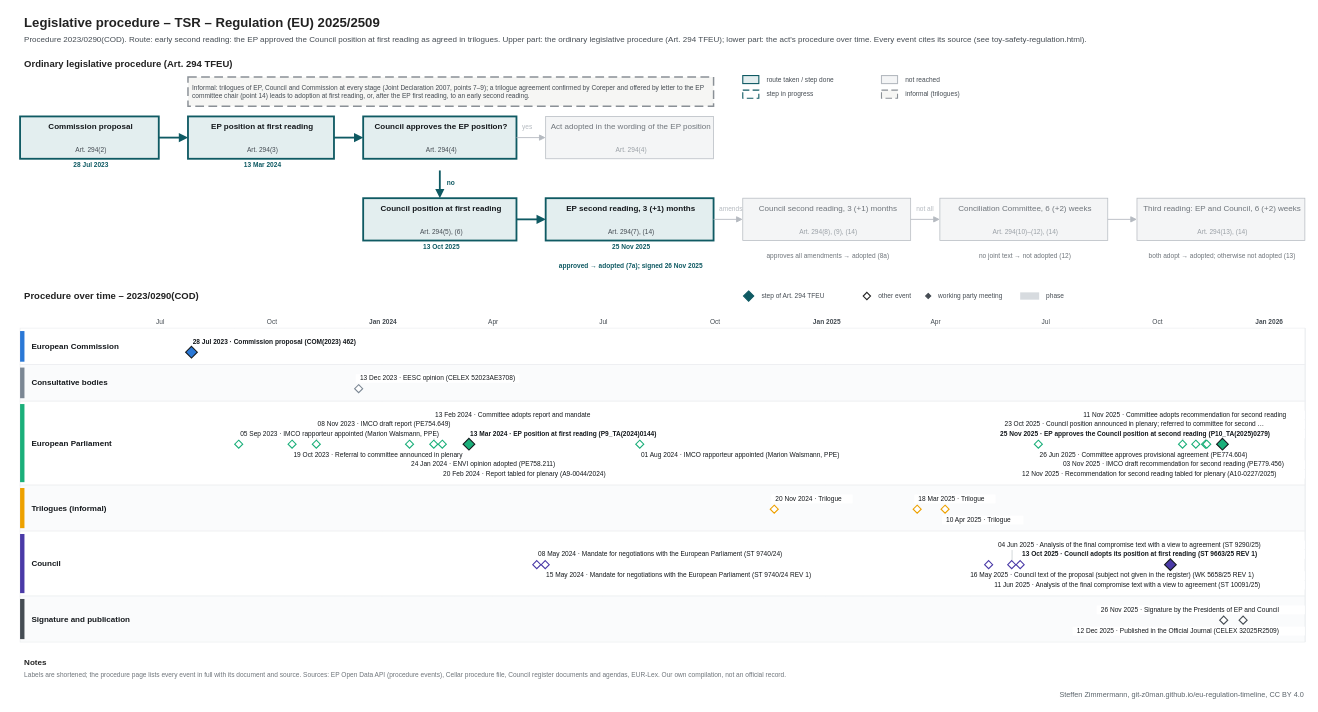
git-z0man/eu-regulation-timeline keeps this draw.io diagram as procedures/toy-safety-regulation.drawio. Above is the earlier version. Source tidied: cells renumbered, new cells numbered last; positions are measured from the earlier drawing's top-left corner, leaving out a move shared by most shapes. Both pictures are drawn from the tidied source at 73%, with x=0, y=0 at pixel (12, 12).
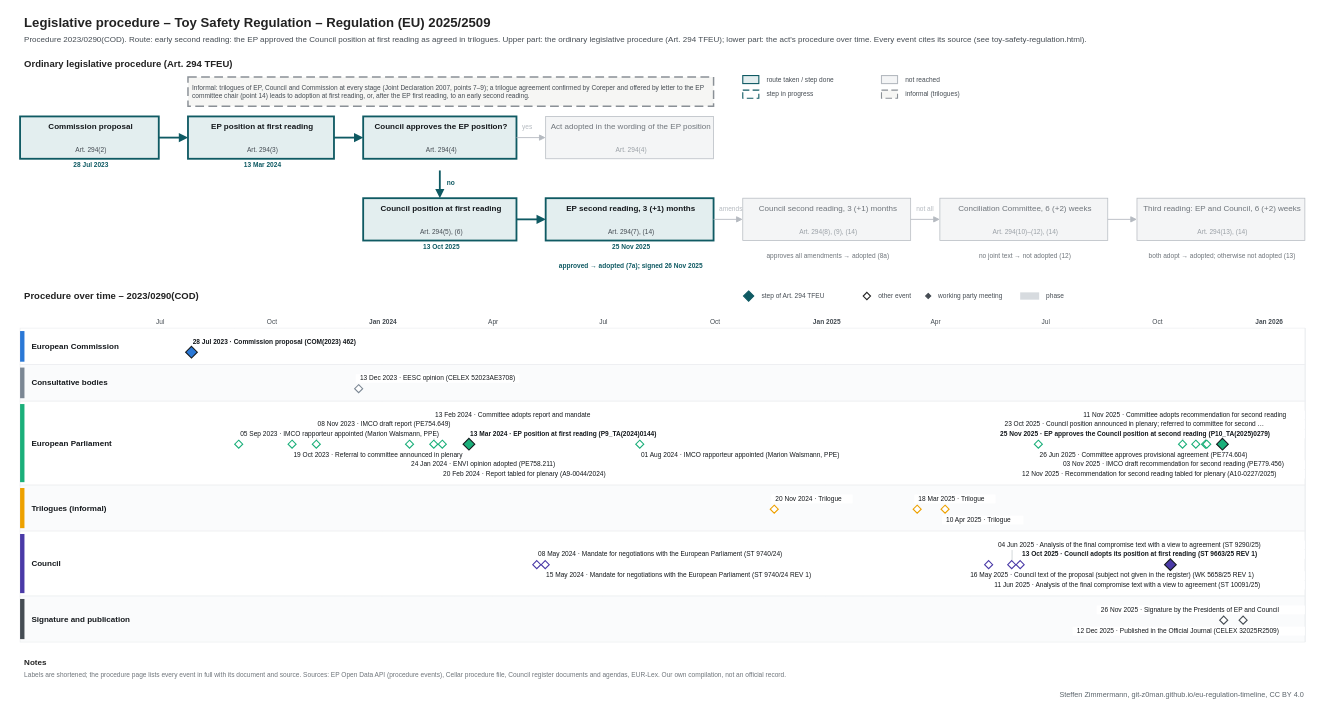
Above is the later version.

The edit, as a diff of the source:
```diff
@@
-    <mxCell id="2" value="Legislative procedure – TSR – Regulation (EU) 2025/2509" style="text;html=1;fontSize=18;fontColor=#222222;align=left;verticalAlign=middle;spacingLeft=4;fontStyle=1;" parent="1" vertex="1">
+    <mxCell id="2" value="Legislative procedure – Toy Safety Regulation – Regulation (EU) 2025/2509" style="text;html=1;fontSize=18;fontColor=#222222;align=left;verticalAlign=middle;spacingLeft=4;fontStyle=1;" parent="1" vertex="1">
       <mxGeometry x="10" width="1600" height="28" as="geometry" />
     </mxCell>
```
